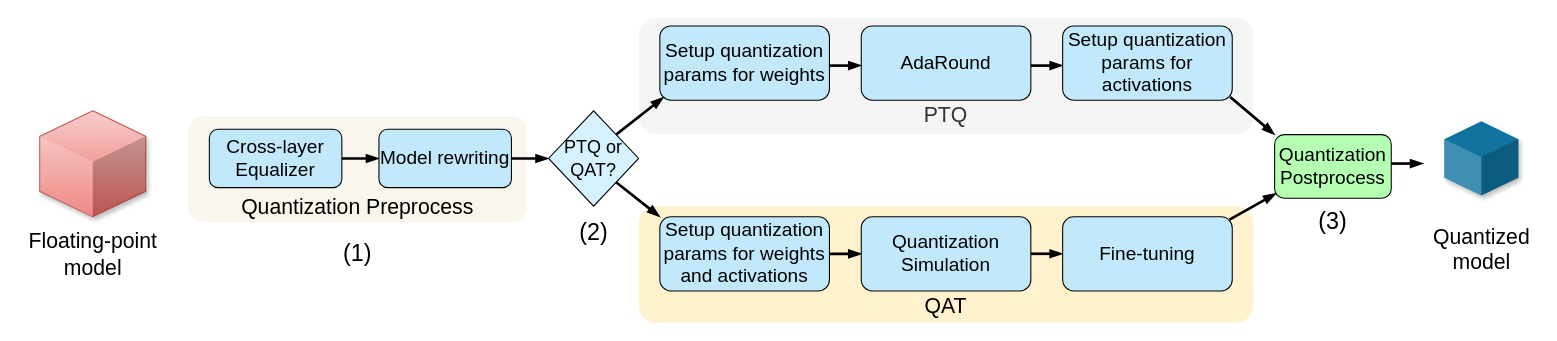
The draw.io diagram page "Page-1" (1 of 2) of Untitled Diagram.drawio in hoangtv2000/document-collection, before the edit. Source tidied: cells renumbered, new cells numbered last; positions are measured from the earlier drawing's top-left corner, leaving out a move shared by most shapes. Both pictures are drawn from the tidied source at 106%, with x=0, y=0 at pixel (18, 17).
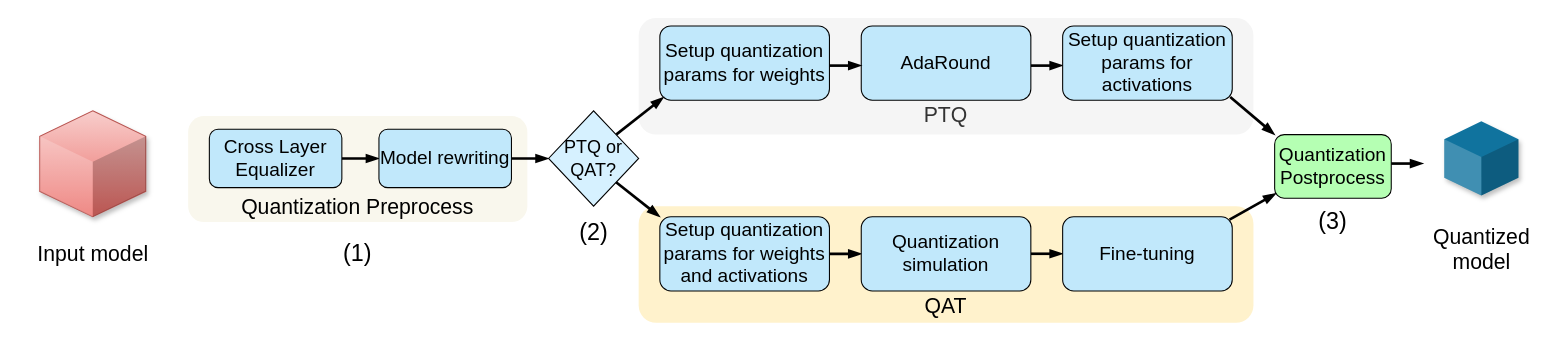
The same page after the edit.

Commit message:
Cập nhật Untitled Diagram.drawio

Change to the diagram source:
```diff
@@
-    <mxCell id="10" value="&lt;font style=&quot;font-size: 20px;&quot;&gt;Floating-point&lt;br style=&quot;&quot;&gt;model&lt;/font&gt;" style="text;html=1;align=center;verticalAlign=middle;strokeColor=none;fillColor=none;fontSize=18;" parent="1" vertex="1">
-      <mxGeometry y="193" width="140" height="60" as="geometry" />
+    <mxCell id="10" value="&lt;font style=&quot;font-size: 20px;&quot;&gt;Input model&lt;/font&gt;" style="text;html=1;align=center;verticalAlign=middle;strokeColor=none;fillColor=none;fontSize=18;" parent="1" vertex="1">
+      <mxGeometry x="5" y="203" width="130" height="40" as="geometry" />
     </mxCell>
@@
-    <mxCell id="12" value="&lt;font style=&quot;font-size: 18px;&quot;&gt;Cross-layer Equalizer&lt;/font&gt;" style="rounded=1;whiteSpace=wrap;html=1;fillColor=#c1e8fb;strokeColor=default;fontColor=#000000;shadow=0;fontSize=18;" parent="1" vertex="1">
+    <mxCell id="12" value="&lt;font style=&quot;font-size: 18px;&quot;&gt;Cross Layer Equalizer&lt;/font&gt;" style="rounded=1;whiteSpace=wrap;html=1;fillColor=#c1e8fb;strokeColor=default;fontColor=#000000;shadow=0;fontSize=18;" parent="1" vertex="1">
       <mxGeometry x="180" y="105.5" width="125" height="55" as="geometry" />
     </mxCell>
@@
-    <mxCell id="27" value="&lt;font style=&quot;font-size: 18px;&quot;&gt;Quantization Simulation&lt;/font&gt;" style="rounded=1;whiteSpace=wrap;html=1;fillColor=#c1e8fb;strokeColor=default;fontColor=#000000;shadow=0;fontSize=18;" parent="1" vertex="1">
+    <mxCell id="27" value="&lt;font style=&quot;font-size: 18px;&quot;&gt;Quantization simulation&lt;/font&gt;" style="rounded=1;whiteSpace=wrap;html=1;fillColor=#c1e8fb;strokeColor=default;fontColor=#000000;shadow=0;fontSize=18;" parent="1" vertex="1">
       <mxGeometry x="795" y="188" width="160" height="70" as="geometry" />
     </mxCell>
```
